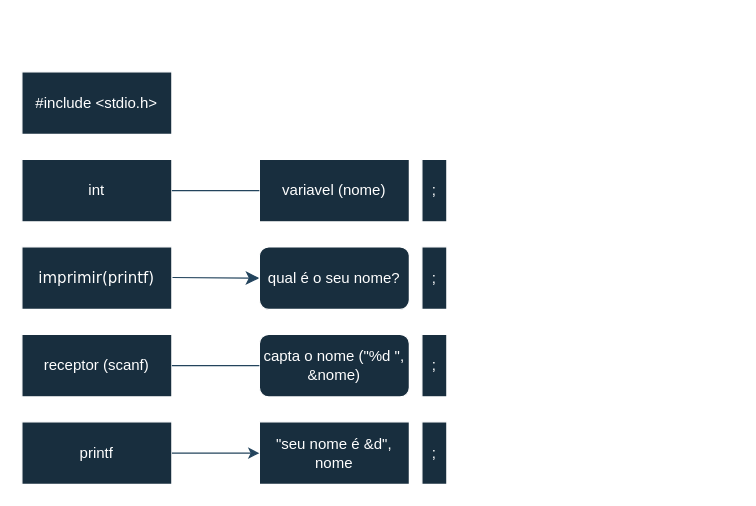
Before: algoritmo.drawio in W-Hilgert/pens_comp.uni, a draw.io diagram. Source tidied: cells renumbered, new cells numbered last; positions are measured from the earlier drawing's top-left corner, leaving out a move shared by most shapes. Both pictures are drawn from the tidied source at 125%, with x=0, y=0 at pixel (21, 71).
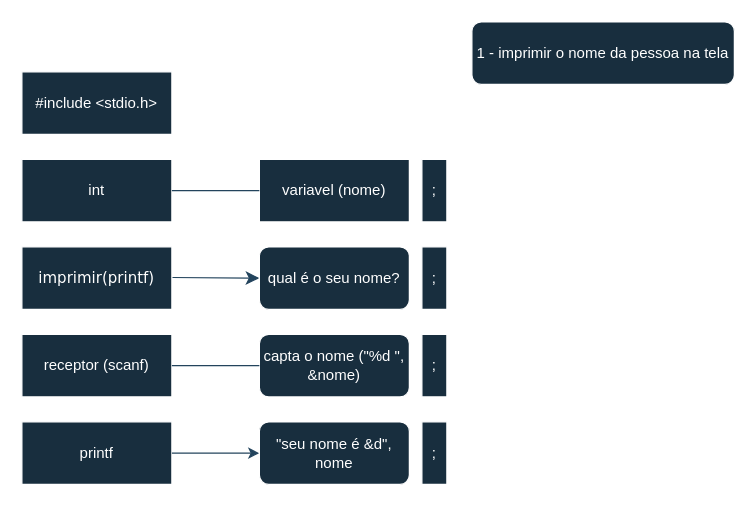
The same diagram, later.

The change refers to these unchanged cells:
```xml
<mxCell id="13" value="printf" style="rounded=0;whiteSpace=wrap;html=1;strokeColor=#FFFFFF;fontColor=#FFFFFF;fillColor=#182E3E;" parent="1" vertex="1">
  <mxGeometry y="280" width="120" height="50" as="geometry" />
</mxCell>
```

What changed in the source:
```diff
@@
-    <mxCell id="14" value="&quot;seu nome é &amp;amp;d&quot;, nome" style="rounded=0;whiteSpace=wrap;html=1;strokeColor=#FFFFFF;fontColor=#FFFFFF;fillColor=#182E3E;" parent="1" vertex="1">
-      <mxGeometry x="190" y="280" width="120" height="50" as="geometry" />
-    </mxCell>
-    <mxCell id="15" style="endArrow=classic;html=1;rounded=0;strokeColor=#23445D;exitX=1;exitY=0.5;exitDx=0;exitDy=0;entryX=0;entryY=0.5;entryDx=0;entryDy=0;" parent="1" edge="1" source="13" target="14">
-      <mxGeometry relative="1" as="geometry" />
+    <mxCell id="15" style="endArrow=classic;html=1;rounded=0;strokeColor=#23445D;exitX=1;exitY=0.5;exitDx=0;exitDy=0;entryX=0;entryY=0.5;entryDx=0;entryDy=0;" parent="1" edge="1" source="13">
+      <mxGeometry relative="1" as="geometry">
+        <mxPoint x="190" y="305" as="targetPoint" />
+      </mxGeometry>
     </mxCell>
@@
+    <mxCell id="19" value="1 - imprimir o nome da pessoa na tela" style="rounded=1;whiteSpace=wrap;html=1;strokeColor=#FFFFFF;fontColor=#FFFFFF;fillColor=#182E3E;" parent="1" vertex="1">
+      <mxGeometry x="360" y="-40" width="210" height="50" as="geometry" />
+    </mxCell>
+    <mxCell id="14" value="&quot;seu nome é &amp;amp;d&quot;, nome" style="rounded=1;whiteSpace=wrap;html=1;strokeColor=#FFFFFF;fontColor=#FFFFFF;fillColor=#182E3E;" parent="1" vertex="1">
+      <mxGeometry x="190" y="280" width="120" height="50" as="geometry" />
+    </mxCell>
```
